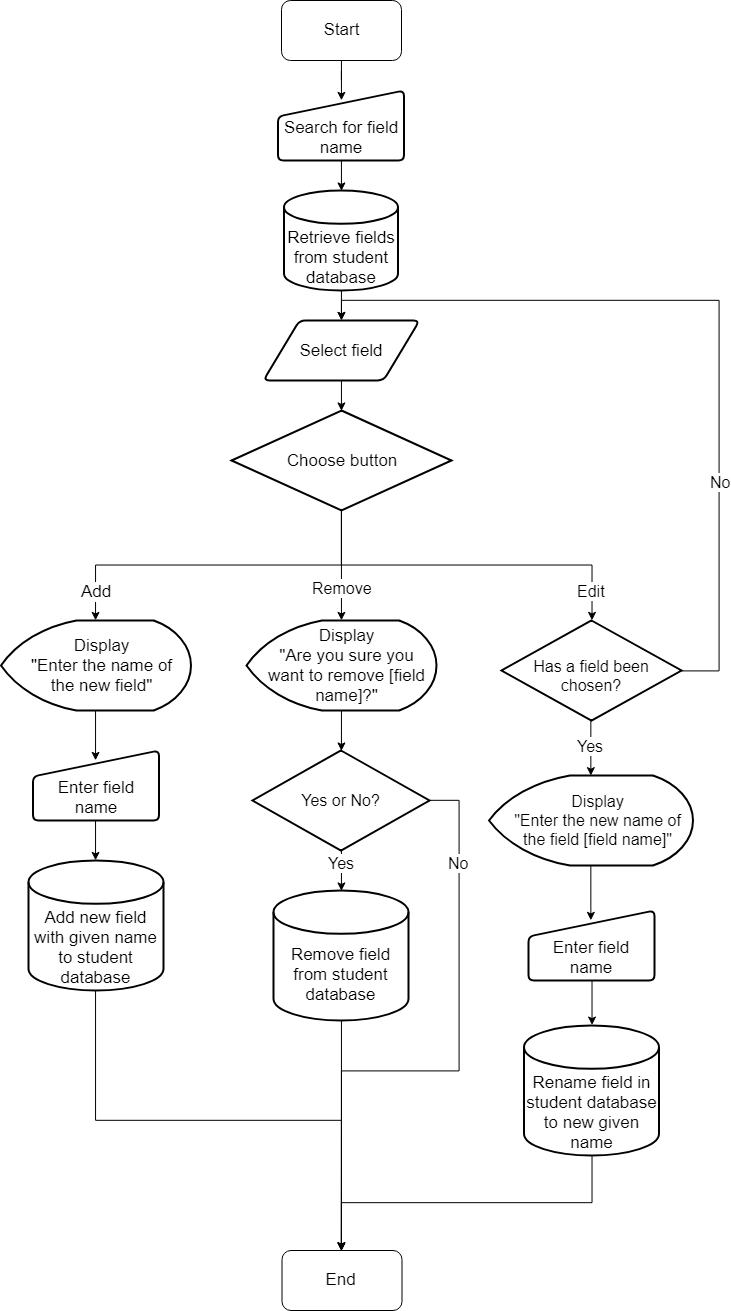
Earlier version of the draw.io export diagrams/alogorithms/images/Enter field.png (SheriffEllis/StudentLogger). Source tidied: cells renumbered, new cells last; positions are measured from the earlier drawing's top-left corner, leaving out a move shared by most shapes.
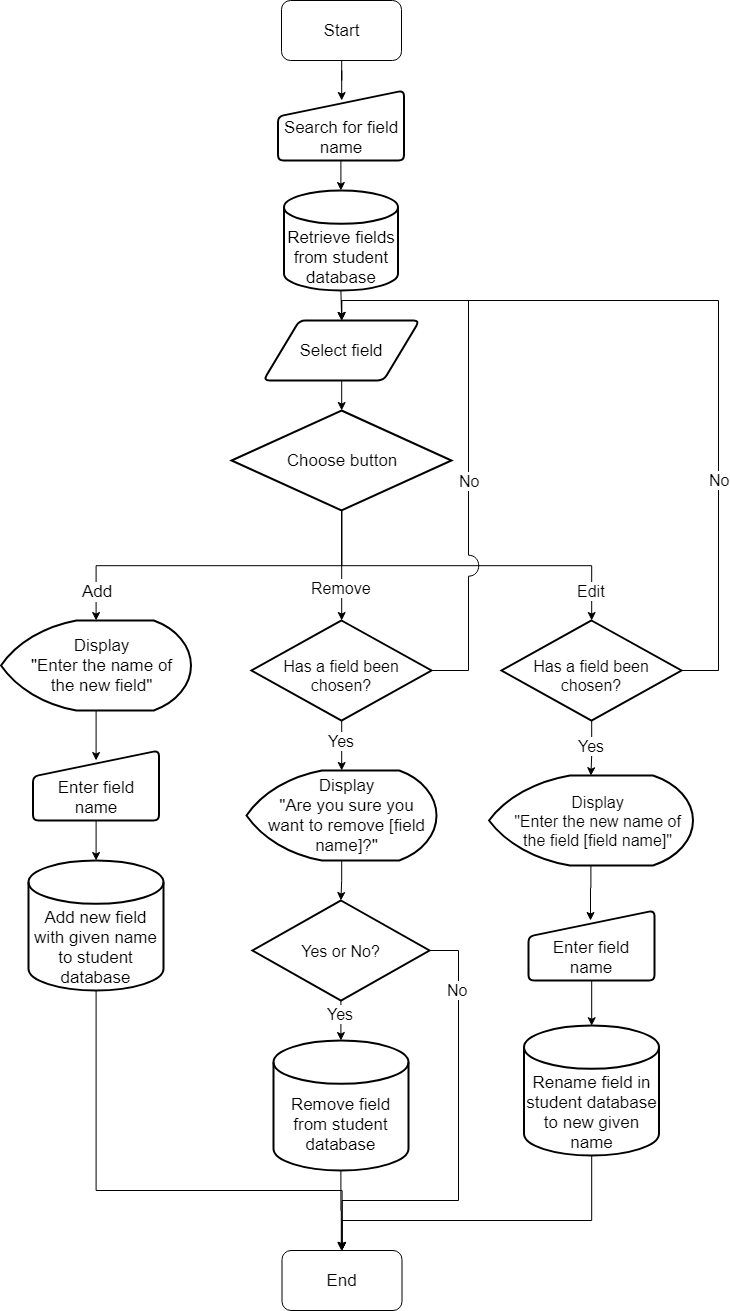
After the change.

Change to the diagram source:
```diff
@@ -24,7 +24,7 @@
         <mxPoint x="78" y="27.5" as="offset" />
       </mxGeometry>
     </mxCell>
-    <mxCell id="8" style="edgeStyle=orthogonalEdgeStyle;rounded=0;jettySize=auto;html=1;exitX=0.5;exitY=1;exitDx=0;exitDy=0;exitPerimeter=0;entryX=0.5;entryY=0;entryDx=0;entryDy=0;entryPerimeter=0;fontSize=16;" parent="1" edge="1" source="10" target="35">
+    <mxCell id="8" style="edgeStyle=orthogonalEdgeStyle;rounded=0;jettySize=auto;html=1;exitX=0.5;exitY=1;exitDx=0;exitDy=0;exitPerimeter=0;fontSize=16;entryX=0.5;entryY=0;entryDx=0;entryDy=0;entryPerimeter=0;" parent="1" edge="1" source="10" target="48">
       <mxGeometry relative="1" as="geometry" />
     </mxCell>
     <mxCell id="9" value="Remove&lt;br&gt;" style="text;html=1;align=center;verticalAlign=middle;labelBackgroundColor=#ffffff;fontSize=16;" parent="8" vertex="1">
@@ -64,7 +64,12 @@
       <mxGeometry x="32.5" y="750" width="126" height="70" as="geometry" />
     </mxCell>
     <mxCell id="21" style="edgeStyle=orthogonalEdgeStyle;rounded=0;jettySize=auto;html=1;exitX=0.5;exitY=1;exitDx=0;exitDy=0;exitPerimeter=0;entryX=0.5;entryY=0;entryDx=0;entryDy=0;fontSize=16;" parent="1" edge="1" source="22" target="43">
-      <mxGeometry relative="1" as="geometry" />
+      <mxGeometry relative="1" as="geometry">
+        <Array as="points">
+          <mxPoint x="96" y="1190" />
+          <mxPoint x="342" y="1190" />
+        </Array>
+      </mxGeometry>
     </mxCell>
     <mxCell id="22" value="Add new field with given name to student database" style="strokeWidth=2;html=1;shape=mxgraph.flowchart.database;whiteSpace=wrap;fontSize=17;verticalAlign=bottom;" parent="1" vertex="1">
       <mxGeometry x="28" y="860" width="135" height="130" as="geometry" />
@@ -112,7 +117,12 @@
       <mxGeometry x="528" y="910" width="126" height="70" as="geometry" />
     </mxCell>
     <mxCell id="32" style="edgeStyle=orthogonalEdgeStyle;rounded=0;jettySize=auto;html=1;exitX=0.5;exitY=1;exitDx=0;exitDy=0;exitPerimeter=0;entryX=0.5;entryY=0;entryDx=0;entryDy=0;fontSize=16;" parent="1" edge="1" source="33" target="43">
-      <mxGeometry relative="1" as="geometry" />
+      <mxGeometry relative="1" as="geometry">
+        <Array as="points">
+          <mxPoint x="591" y="1220" />
+          <mxPoint x="342" y="1220" />
+        </Array>
+      </mxGeometry>
     </mxCell>
     <mxCell id="33" value="Rename field in student database to new given name" style="strokeWidth=2;html=1;shape=mxgraph.flowchart.database;whiteSpace=wrap;fontSize=17;verticalAlign=bottom;" parent="1" vertex="1">
       <mxGeometry x="523.5" y="1025" width="135" height="130" as="geometry" />
@@ -120,18 +130,18 @@
     <mxCell id="34" style="edgeStyle=orthogonalEdgeStyle;rounded=0;jettySize=auto;html=1;exitX=0.5;exitY=1;exitDx=0;exitDy=0;exitPerimeter=0;entryX=0.5;entryY=0;entryDx=0;entryDy=0;entryPerimeter=0;fontSize=16;" parent="1" edge="1" source="35" target="40">
       <mxGeometry relative="1" as="geometry">
         <Array as="points">
-          <mxPoint x="341" y="730" />
+          <mxPoint x="341" y="880" />
         </Array>
       </mxGeometry>
     </mxCell>
     <mxCell id="35" value="Display&lt;br&gt;&quot;Are you sure you want to remove [field name]?&quot;" style="strokeWidth=2;html=1;shape=mxgraph.flowchart.display;whiteSpace=wrap;fontSize=17;spacingRight=5;spacingLeft=16;spacingTop=0;" parent="1" vertex="1">
-      <mxGeometry x="246" y="620" width="190" height="90" as="geometry" />
+      <mxGeometry x="246" y="770" width="190" height="90" as="geometry" />
     </mxCell>
     <mxCell id="36" style="edgeStyle=orthogonalEdgeStyle;rounded=0;jettySize=auto;html=1;exitX=0.5;exitY=1;exitDx=0;exitDy=0;exitPerimeter=0;entryX=0.5;entryY=0;entryDx=0;entryDy=0;entryPerimeter=0;fontSize=16;" parent="1" edge="1" source="40" target="42">
       <mxGeometry relative="1" as="geometry">
         <Array as="points">
-          <mxPoint x="340" y="860" />
-          <mxPoint x="340" y="860" />
+          <mxPoint x="340" y="1010" />
+          <mxPoint x="340" y="1010" />
         </Array>
       </mxGeometry>
     </mxCell>
@@ -141,9 +151,9 @@
     <mxCell id="38" style="edgeStyle=orthogonalEdgeStyle;rounded=0;jettySize=auto;html=1;exitX=1;exitY=0.5;exitDx=0;exitDy=0;exitPerimeter=0;entryX=0.5;entryY=0;entryDx=0;entryDy=0;fontSize=16;" parent="1" edge="1" source="40" target="43">
       <mxGeometry relative="1" as="geometry">
         <Array as="points">
-          <mxPoint x="458" y="800" />
-          <mxPoint x="458" y="1070" />
-          <mxPoint x="341" y="1070" />
+          <mxPoint x="458" y="950" />
+          <mxPoint x="458" y="1200" />
+          <mxPoint x="341" y="1200" />
         </Array>
       </mxGeometry>
     </mxCell>
@@ -151,7 +161,7 @@
       <mxGeometry x="-0.69" y="-1" relative="1" as="geometry" />
     </mxCell>
     <mxCell id="40" value="Yes or No?" style="strokeWidth=2;html=1;shape=mxgraph.flowchart.decision;whiteSpace=wrap;fontSize=16;" parent="1" vertex="1">
-      <mxGeometry x="252" y="750" width="177" height="100" as="geometry" />
+      <mxGeometry x="252" y="900" width="177" height="100" as="geometry" />
     </mxCell>
     <mxCell id="41" style="edgeStyle=orthogonalEdgeStyle;rounded=0;jettySize=auto;html=1;exitX=0.5;exitY=1;exitDx=0;exitDy=0;exitPerimeter=0;fontSize=16;" parent="1" edge="1" source="42">
       <mxGeometry relative="1" as="geometry">
@@ -159,10 +169,35 @@
       </mxGeometry>
     </mxCell>
     <mxCell id="42" value="Remove field from student database" style="strokeWidth=2;html=1;shape=mxgraph.flowchart.database;whiteSpace=wrap;fontSize=17;verticalAlign=bottom;spacingBottom=13;" parent="1" vertex="1">
-      <mxGeometry x="273" y="890" width="135" height="130" as="geometry" />
+      <mxGeometry x="273" y="1040" width="135" height="130" as="geometry" />
     </mxCell>
     <mxCell id="43" value="End" style="rounded=1;whiteSpace=wrap;html=1;fontSize=17;" parent="1" vertex="1">
       <mxGeometry x="281.5" y="1250" width="120" height="60" as="geometry" />
     </mxCell>
+    <mxCell id="44" style="edgeStyle=orthogonalEdgeStyle;rounded=0;jettySize=auto;html=1;exitX=0.5;exitY=1;exitDx=0;exitDy=0;exitPerimeter=0;entryX=0.5;entryY=0;entryDx=0;entryDy=0;entryPerimeter=0;" parent="1" edge="1" source="48" target="35">
+      <mxGeometry relative="1" as="geometry" />
+    </mxCell>
+    <mxCell id="45" value="Yes" style="text;html=1;align=center;verticalAlign=middle;labelBackgroundColor=#ffffff;fontSize=16;" parent="44" vertex="1">
+      <mxGeometry x="-0.71" relative="1" as="geometry">
+        <mxPoint y="13" as="offset" />
+      </mxGeometry>
+    </mxCell>
+    <mxCell id="46" style="edgeStyle=orthogonalEdgeStyle;rounded=0;jettySize=auto;html=1;exitX=1;exitY=0.5;exitDx=0;exitDy=0;exitPerimeter=0;entryX=0.5;entryY=0;entryDx=0;entryDy=0;jumpStyle=arc;jumpSize=21;" parent="1" edge="1" source="48" target="12">
+      <mxGeometry relative="1" as="geometry">
+        <Array as="points">
+          <mxPoint x="468" y="670" />
+          <mxPoint x="468" y="300" />
+          <mxPoint x="341" y="300" />
+        </Array>
+      </mxGeometry>
+    </mxCell>
+    <mxCell id="47" value="No" style="text;html=1;align=center;verticalAlign=middle;labelBackgroundColor=#ffffff;fontSize=16;" parent="46" vertex="1">
+      <mxGeometry x="-0.17" relative="1" as="geometry">
+        <mxPoint x="0.5" y="3" as="offset" />
+      </mxGeometry>
+    </mxCell>
+    <mxCell id="48" value="Has a field been chosen?" style="strokeWidth=2;html=1;shape=mxgraph.flowchart.decision;whiteSpace=wrap;fontSize=16;spacingLeft=7;spacingRight=7;spacingTop=9;" parent="1" vertex="1">
+      <mxGeometry x="251" y="620" width="180" height="100" as="geometry" />
+    </mxCell>
   </root>
 </mxGraphModel>
```
